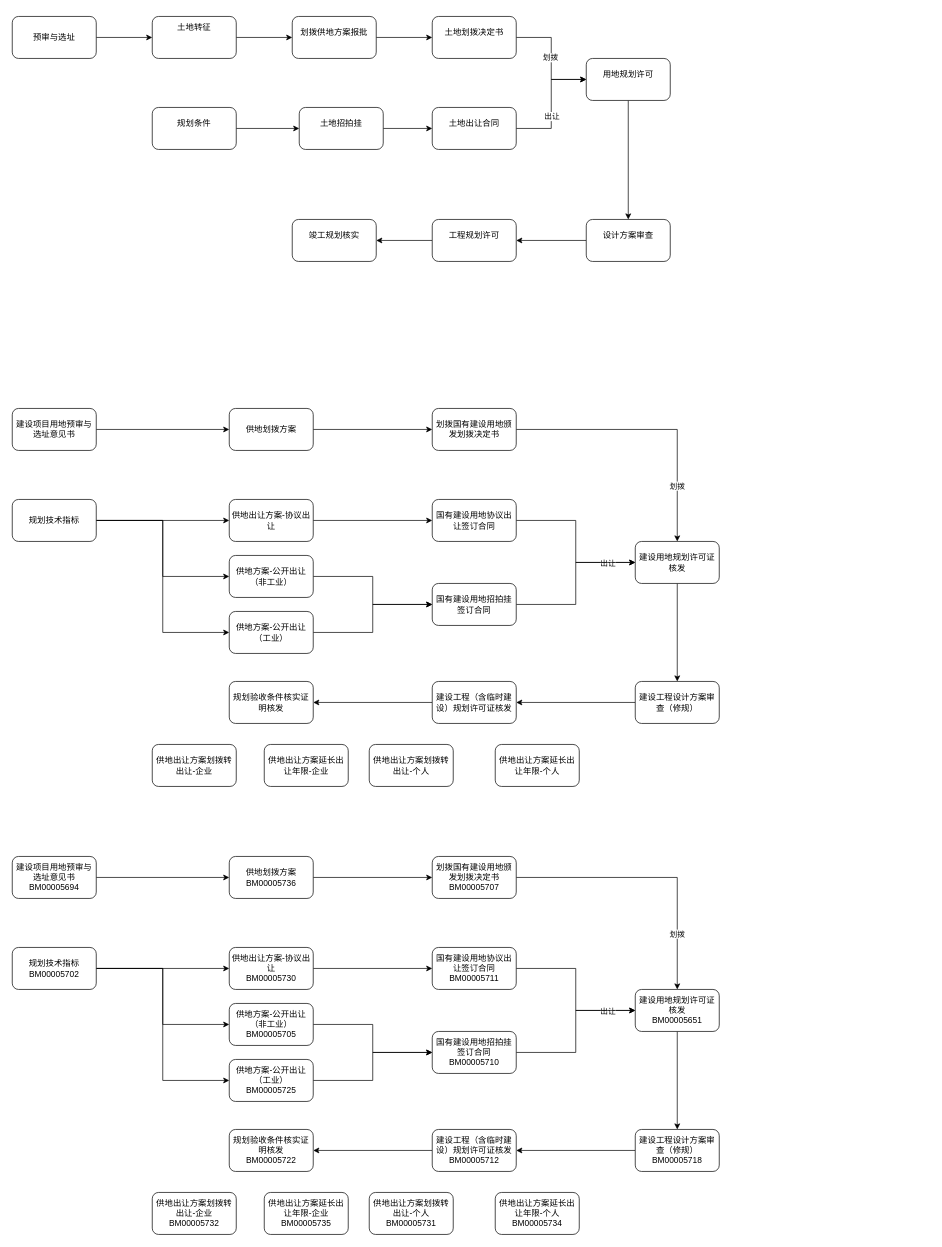
Before: 流程.drawio in bom-coder/drawio-store, a draw.io diagram. Source tidied: cells renumbered, new cells numbered last; positions are measured from the earlier drawing's top-left corner, leaving out a move shared by most shapes. Both pictures are drawn from the tidied source at 70%, with x=0, y=0 at pixel (12, 16).
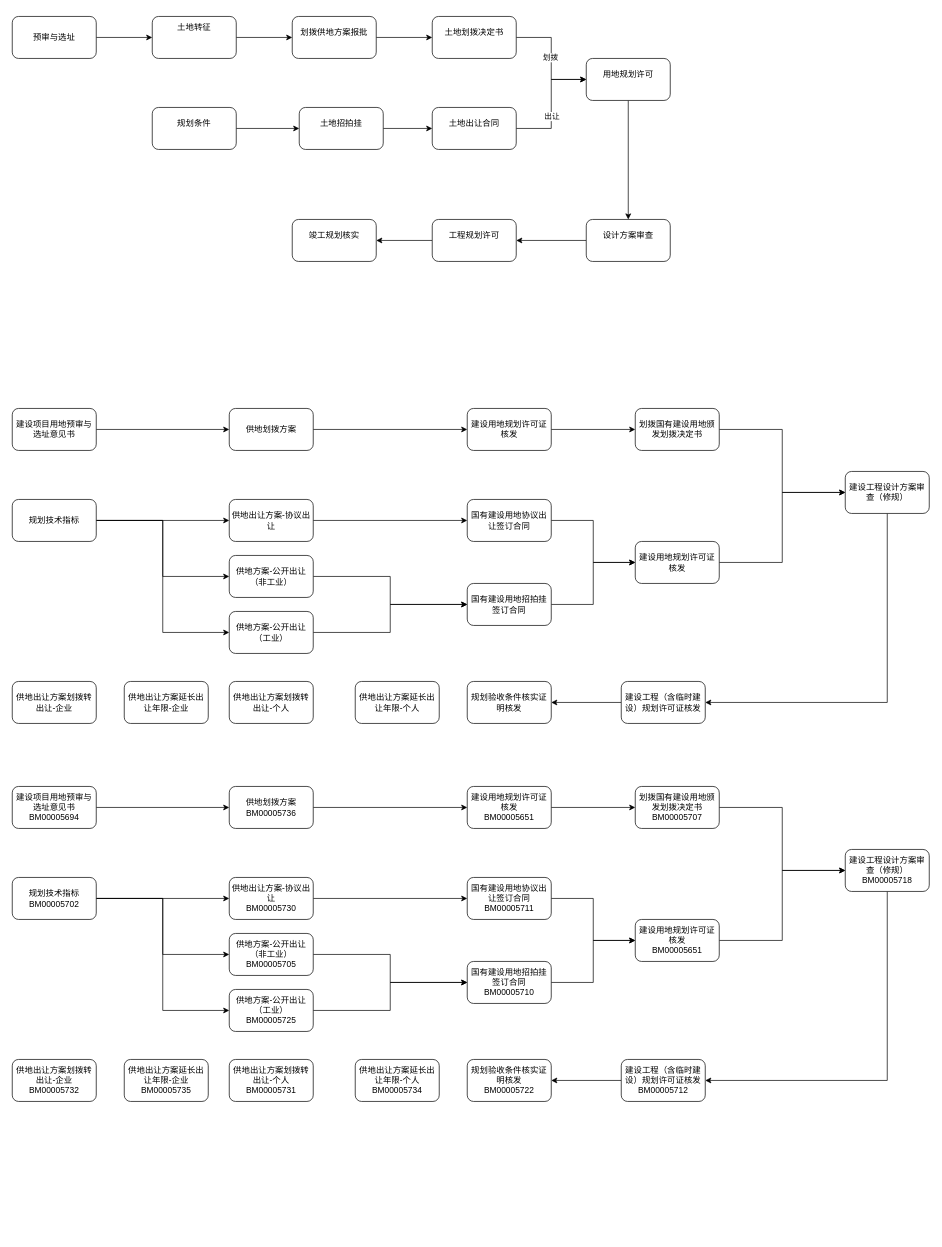
The same page after the edit.

Unchanged cells that the change refers to:
```xml
<mxCell id="34" style="edgeStyle=orthogonalEdgeStyle;rounded=0;jettySize=auto;html=1;entryX=0;entryY=0.5;entryDx=0;entryDy=0;" parent="1" edge="1" source="36" target="38">
  <mxGeometry relative="1" as="geometry" />
</mxCell>
<mxCell id="45" value="供地划拨方案" style="rounded=1;whiteSpace=wrap;html=1;" parent="1" vertex="1">
  <mxGeometry x="310" y="560" width="120" height="60" as="geometry" />
</mxCell>
<mxCell id="49" value="供地方案-公开出让（非工业）" style="rounded=1;whiteSpace=wrap;html=1;" parent="1" vertex="1">
  <mxGeometry x="310" y="770" width="120" height="60" as="geometry" />
</mxCell>
<mxCell id="53" value="供地方案-公开出让（工业）" style="rounded=1;whiteSpace=wrap;html=1;" parent="1" vertex="1">
  <mxGeometry x="310" y="850" width="120" height="60" as="geometry" />
</mxCell>
```

The edit, as a diff of the source:
```diff
@@
-    <mxCell id="27" style="edgeStyle=orthogonalEdgeStyle;rounded=0;jettySize=auto;html=1;" parent="1" edge="1" source="29" target="38">
-      <mxGeometry relative="1" as="geometry" />
-    </mxCell>
-    <mxCell id="28" value="划拨" style="edgeLabel;html=1;align=center;verticalAlign=middle;" parent="27" vertex="1">
-      <mxGeometry x="-0.03" y="-2" relative="1" as="geometry">
-        <mxPoint x="40" y="78" as="offset" />
-      </mxGeometry>
-    </mxCell>
-    <mxCell id="29" value="划拨国有建设用地颁发划拨决定书" style="rounded=1;whiteSpace=wrap;html=1;" parent="1" vertex="1">
-      <mxGeometry x="600" y="560" width="120" height="60" as="geometry" />
-    </mxCell>
@@
-    <mxCell id="35" value="出让" style="edgeLabel;html=1;align=center;verticalAlign=middle;" parent="34" vertex="1">
-      <mxGeometry x="-0.2" relative="1" as="geometry">
-        <mxPoint x="45" y="53" as="offset" />
-      </mxGeometry>
-    </mxCell>
     <mxCell id="36" value="国有建设用地协议出让签订合同" style="rounded=1;whiteSpace=wrap;html=1;" parent="1" vertex="1">
-      <mxGeometry x="600" y="690" width="120" height="60" as="geometry" />
+      <mxGeometry x="650" y="690" width="120" height="60" as="geometry" />
     </mxCell>
-    <mxCell id="37" style="edgeStyle=orthogonalEdgeStyle;rounded=0;jettySize=auto;html=1;" parent="1" edge="1" source="38" target="40">
-      <mxGeometry relative="1" as="geometry" />
-    </mxCell>
-    <mxCell id="38" value="建设用地规划许可证核发" style="rounded=1;whiteSpace=wrap;html=1;" parent="1" vertex="1">
-      <mxGeometry x="890" y="750" width="120" height="60" as="geometry" />
-    </mxCell>
-    <mxCell id="39" style="edgeStyle=orthogonalEdgeStyle;rounded=0;jettySize=auto;html=1;" parent="1" edge="1" source="40" target="42">
-      <mxGeometry relative="1" as="geometry" />
+    <mxCell id="39" style="edgeStyle=orthogonalEdgeStyle;rounded=0;jettySize=auto;html=1;entryX=1;entryY=0.5;entryDx=0;entryDy=0;" parent="1" edge="1" source="40" target="42">
+      <mxGeometry relative="1" as="geometry">
+        <Array as="points">
+          <mxPoint x="1250" y="980" />
+        </Array>
+      </mxGeometry>
     </mxCell>
     <mxCell id="40" value="建设工程设计方案审查（修规）" style="rounded=1;whiteSpace=wrap;html=1;" parent="1" vertex="1">
-      <mxGeometry x="890" y="950" width="120" height="60" as="geometry" />
+      <mxGeometry x="1190" y="650" width="120" height="60" as="geometry" />
     </mxCell>
@@
     <mxCell id="42" value="建设工程（含临时建设）规划许可证核发" style="rounded=1;whiteSpace=wrap;html=1;" parent="1" vertex="1">
-      <mxGeometry x="600" y="950" width="120" height="60" as="geometry" />
+      <mxGeometry x="870" y="950" width="120" height="60" as="geometry" />
     </mxCell>
     <mxCell id="43" value="规划验收条件核实证明核发" style="rounded=1;whiteSpace=wrap;html=1;" parent="1" vertex="1">
-      <mxGeometry x="310" y="950" width="120" height="60" as="geometry" />
+      <mxGeometry x="650" y="950" width="120" height="60" as="geometry" />
     </mxCell>
-    <mxCell id="44" style="edgeStyle=orthogonalEdgeStyle;rounded=0;jettySize=auto;html=1;entryX=0;entryY=0.5;entryDx=0;entryDy=0;" parent="1" edge="1" source="45" target="29">
+    <mxCell id="44" style="edgeStyle=orthogonalEdgeStyle;rounded=0;jettySize=auto;html=1;entryX=0;entryY=0.5;entryDx=0;entryDy=0;" parent="1" edge="1" source="45" target="92">
       <mxGeometry relative="1" as="geometry" />
     </mxCell>
@@
     <mxCell id="48" style="edgeStyle=orthogonalEdgeStyle;rounded=0;jettySize=auto;html=1;entryX=0;entryY=0.5;entryDx=0;entryDy=0;" parent="1" edge="1" source="49" target="51">
-      <mxGeometry relative="1" as="geometry" />
+      <mxGeometry relative="1" as="geometry">
+        <Array as="points">
+          <mxPoint x="540" y="800" />
+          <mxPoint x="540" y="840" />
+        </Array>
+      </mxGeometry>
     </mxCell>
@@
     <mxCell id="50" style="edgeStyle=orthogonalEdgeStyle;rounded=0;jettySize=auto;html=1;entryX=0;entryY=0.5;entryDx=0;entryDy=0;" parent="1" edge="1" source="51" target="38">
-      <mxGeometry relative="1" as="geometry">
-        <Array as="points">
-          <mxPoint x="805" y="840" />
-          <mxPoint x="805" y="780" />
-        </Array>
-      </mxGeometry>
+      <mxGeometry relative="1" as="geometry" />
     </mxCell>
     <mxCell id="51" value="国有建设用地招拍挂签订合同" style="rounded=1;whiteSpace=wrap;html=1;" parent="1" vertex="1">
-      <mxGeometry x="600" y="810" width="120" height="60" as="geometry" />
+      <mxGeometry x="650" y="810" width="120" height="60" as="geometry" />
     </mxCell>
     <mxCell id="52" style="edgeStyle=orthogonalEdgeStyle;rounded=0;jettySize=auto;html=1;entryX=0;entryY=0.5;entryDx=0;entryDy=0;" parent="1" edge="1" source="53" target="51">
-      <mxGeometry relative="1" as="geometry" />
+      <mxGeometry relative="1" as="geometry">
+        <Array as="points">
+          <mxPoint x="540" y="880" />
+          <mxPoint x="540" y="840" />
+        </Array>
+      </mxGeometry>
     </mxCell>
@@
     <mxCell id="54" value="供地出让方案划拨转出让-企业" style="rounded=1;whiteSpace=wrap;html=1;" parent="1" vertex="1">
-      <mxGeometry x="200" y="1040" width="120" height="60" as="geometry" />
+      <mxGeometry y="950" width="120" height="60" as="geometry" />
     </mxCell>
     <mxCell id="55" value="供地出让方案延长出让年限-企业" style="rounded=1;whiteSpace=wrap;html=1;" parent="1" vertex="1">
-      <mxGeometry x="360" y="1040" width="120" height="60" as="geometry" />
+      <mxGeometry x="160" y="950" width="120" height="60" as="geometry" />
     </mxCell>
     <mxCell id="56" value="供地出让方案划拨转出让-个人" style="rounded=1;whiteSpace=wrap;html=1;" parent="1" vertex="1">
-      <mxGeometry x="510" y="1040" width="120" height="60" as="geometry" />
+      <mxGeometry x="310" y="950" width="120" height="60" as="geometry" />
     </mxCell>
     <mxCell id="57" value="供地出让方案延长出让年限-个人" style="rounded=1;whiteSpace=wrap;html=1;" parent="1" vertex="1">
-      <mxGeometry x="690" y="1040" width="120" height="60" as="geometry" />
+      <mxGeometry x="490" y="950" width="120" height="60" as="geometry" />
     </mxCell>
+    <mxCell id="91" style="edgeStyle=orthogonalEdgeStyle;rounded=0;jettySize=auto;html=1;entryX=0;entryY=0.5;entryDx=0;entryDy=0;" parent="1" edge="1" source="92" target="29">
+      <mxGeometry relative="1" as="geometry" />
+    </mxCell>
+    <mxCell id="92" value="建设用地规划许可证核发" style="rounded=1;whiteSpace=wrap;html=1;" parent="1" vertex="1">
+      <mxGeometry x="650" y="560" width="120" height="60" as="geometry" />
+    </mxCell>
+    <mxCell id="37" style="edgeStyle=orthogonalEdgeStyle;rounded=0;jettySize=auto;html=1;entryX=0;entryY=0.5;entryDx=0;entryDy=0;" parent="1" edge="1" source="38" target="40">
+      <mxGeometry relative="1" as="geometry" />
+    </mxCell>
+    <mxCell id="38" value="建设用地规划许可证核发" style="rounded=1;whiteSpace=wrap;html=1;" parent="1" vertex="1">
+      <mxGeometry x="890" y="750" width="120" height="60" as="geometry" />
+    </mxCell>
+    <mxCell id="93" style="edgeStyle=orthogonalEdgeStyle;rounded=0;jettySize=auto;html=1;entryX=0;entryY=0.5;entryDx=0;entryDy=0;" parent="1" edge="1" source="29" target="40">
+      <mxGeometry relative="1" as="geometry" />
+    </mxCell>
+    <mxCell id="29" value="划拨国有建设用地颁发划拨决定书" style="rounded=1;whiteSpace=wrap;html=1;" parent="1" vertex="1">
+      <mxGeometry x="890" y="560" width="120" height="60" as="geometry" />
+    </mxCell>
@@
-    <mxCell id="59" value="建设项目用地预审与选址意见书&lt;br&gt;BM00005694" style="rounded=1;whiteSpace=wrap;html=1;" parent="1" vertex="1">
-      <mxGeometry y="1200" width="120" height="60" as="geometry" />
+    <mxCell id="59" value="建设项目用地预审与选址意见书&lt;br style=&quot;border-color: var(--border-color);&quot;&gt;BM00005694" style="rounded=1;whiteSpace=wrap;html=1;" parent="1" vertex="1">
+      <mxGeometry y="1100" width="120" height="60" as="geometry" />
     </mxCell>
-    <mxCell id="60" style="edgeStyle=orthogonalEdgeStyle;rounded=0;jettySize=auto;html=1;" parent="1" edge="1" source="62" target="71">
-      <mxGeometry relative="1" as="geometry" />
-    </mxCell>
-    <mxCell id="61" value="划拨" style="edgeLabel;html=1;align=center;verticalAlign=middle;" parent="60" vertex="1">
-      <mxGeometry x="-0.03" y="-2" relative="1" as="geometry">
-        <mxPoint x="40" y="78" as="offset" />
-      </mxGeometry>
-    </mxCell>
-    <mxCell id="62" value="划拨国有建设用地颁发划拨决定书&lt;br&gt;BM00005707" style="rounded=1;whiteSpace=wrap;html=1;" parent="1" vertex="1">
-      <mxGeometry x="600" y="1200" width="120" height="60" as="geometry" />
-    </mxCell>
@@
-    <mxCell id="66" value="规划技术指标&lt;br&gt;BM00005702" style="rounded=1;whiteSpace=wrap;html=1;" parent="1" vertex="1">
-      <mxGeometry y="1330" width="120" height="60" as="geometry" />
+    <mxCell id="66" value="规划技术指标&lt;br style=&quot;border-color: var(--border-color);&quot;&gt;BM00005702" style="rounded=1;whiteSpace=wrap;html=1;" parent="1" vertex="1">
+      <mxGeometry y="1230" width="120" height="60" as="geometry" />
     </mxCell>
-    <mxCell id="67" style="edgeStyle=orthogonalEdgeStyle;rounded=0;jettySize=auto;html=1;entryX=0;entryY=0.5;entryDx=0;entryDy=0;" parent="1" edge="1" source="69" target="71">
-      <mxGeometry relative="1" as="geometry" />
-    </mxCell>
-    <mxCell id="68" value="出让" style="edgeLabel;html=1;align=center;verticalAlign=middle;" parent="67" vertex="1">
-      <mxGeometry x="-0.2" relative="1" as="geometry">
-        <mxPoint x="45" y="53" as="offset" />
-      </mxGeometry>
-    </mxCell>
+    <mxCell id="94" style="edgeStyle=orthogonalEdgeStyle;rounded=0;jettySize=auto;html=1;entryX=0;entryY=0.5;entryDx=0;entryDy=0;" parent="1" edge="1" source="69" target="100">
+      <mxGeometry relative="1" as="geometry" />
+    </mxCell>
-    <mxCell id="69" value="国有建设用地协议出让签订合同&lt;br&gt;BM00005711" style="rounded=1;whiteSpace=wrap;html=1;" parent="1" vertex="1">
-      <mxGeometry x="600" y="1330" width="120" height="60" as="geometry" />
+    <mxCell id="69" value="国有建设用地协议出让签订合同&lt;br style=&quot;border-color: var(--border-color);&quot;&gt;BM00005711" style="rounded=1;whiteSpace=wrap;html=1;" parent="1" vertex="1">
+      <mxGeometry x="650" y="1230" width="120" height="60" as="geometry" />
     </mxCell>
-    <mxCell id="70" style="edgeStyle=orthogonalEdgeStyle;rounded=0;jettySize=auto;html=1;" parent="1" edge="1" source="71" target="73">
-      <mxGeometry relative="1" as="geometry" />
-    </mxCell>
-    <mxCell id="71" value="建设用地规划许可证核发&lt;br&gt;BM00005651" style="rounded=1;whiteSpace=wrap;html=1;" parent="1" vertex="1">
-      <mxGeometry x="890" y="1390" width="120" height="60" as="geometry" />
-    </mxCell>
-    <mxCell id="72" style="edgeStyle=orthogonalEdgeStyle;rounded=0;jettySize=auto;html=1;" parent="1" edge="1" source="73" target="75">
-      <mxGeometry relative="1" as="geometry" />
+    <mxCell id="72" style="edgeStyle=orthogonalEdgeStyle;rounded=0;jettySize=auto;html=1;entryX=1;entryY=0.5;entryDx=0;entryDy=0;" parent="1" edge="1" source="73" target="75">
+      <mxGeometry relative="1" as="geometry">
+        <Array as="points">
+          <mxPoint x="1250" y="1520" />
+        </Array>
+      </mxGeometry>
     </mxCell>
-    <mxCell id="73" value="建设工程设计方案审查（修规）&lt;br&gt;BM00005718" style="rounded=1;whiteSpace=wrap;html=1;" parent="1" vertex="1">
-      <mxGeometry x="890" y="1590" width="120" height="60" as="geometry" />
+    <mxCell id="73" value="建设工程设计方案审查（修规）&lt;br style=&quot;border-color: var(--border-color);&quot;&gt;BM00005718" style="rounded=1;whiteSpace=wrap;html=1;" parent="1" vertex="1">
+      <mxGeometry x="1190" y="1190" width="120" height="60" as="geometry" />
     </mxCell>
@@
-    <mxCell id="75" value="建设工程（含临时建设）规划许可证核发&lt;br&gt;BM00005712" style="rounded=1;whiteSpace=wrap;html=1;" parent="1" vertex="1">
-      <mxGeometry x="600" y="1590" width="120" height="60" as="geometry" />
+    <mxCell id="75" value="建设工程（含临时建设）规划许可证核发&lt;br style=&quot;border-color: var(--border-color);&quot;&gt;BM00005712" style="rounded=1;whiteSpace=wrap;html=1;" parent="1" vertex="1">
+      <mxGeometry x="870" y="1490" width="120" height="60" as="geometry" />
     </mxCell>
-    <mxCell id="76" value="规划验收条件核实证明核发&lt;br&gt;BM00005722" style="rounded=1;whiteSpace=wrap;html=1;" parent="1" vertex="1">
-      <mxGeometry x="310" y="1590" width="120" height="60" as="geometry" />
+    <mxCell id="76" value="规划验收条件核实证明核发&lt;br style=&quot;border-color: var(--border-color);&quot;&gt;BM00005722" style="rounded=1;whiteSpace=wrap;html=1;" parent="1" vertex="1">
+      <mxGeometry x="650" y="1490" width="120" height="60" as="geometry" />
     </mxCell>
-    <mxCell id="77" style="edgeStyle=orthogonalEdgeStyle;rounded=0;jettySize=auto;html=1;entryX=0;entryY=0.5;entryDx=0;entryDy=0;" parent="1" edge="1" source="78" target="62">
-      <mxGeometry relative="1" as="geometry" />
-    </mxCell>
+    <mxCell id="95" style="edgeStyle=orthogonalEdgeStyle;rounded=0;jettySize=auto;html=1;entryX=0;entryY=0.5;entryDx=0;entryDy=0;" parent="1" edge="1" source="78" target="98">
+      <mxGeometry relative="1" as="geometry" />
+    </mxCell>
-    <mxCell id="78" value="供地划拨方案&lt;br&gt;BM00005736" style="rounded=1;whiteSpace=wrap;html=1;" parent="1" vertex="1">
-      <mxGeometry x="310" y="1200" width="120" height="60" as="geometry" />
+    <mxCell id="78" value="供地划拨方案&lt;br style=&quot;border-color: var(--border-color);&quot;&gt;BM00005736" style="rounded=1;whiteSpace=wrap;html=1;" parent="1" vertex="1">
+      <mxGeometry x="310" y="1100" width="120" height="60" as="geometry" />
     </mxCell>
@@
-    <mxCell id="80" value="供地出让方案-协议出让&lt;br&gt;BM00005730" style="rounded=1;whiteSpace=wrap;html=1;" parent="1" vertex="1">
-      <mxGeometry x="310" y="1330" width="120" height="60" as="geometry" />
+    <mxCell id="80" value="供地出让方案-协议出让&lt;br style=&quot;border-color: var(--border-color);&quot;&gt;BM00005730" style="rounded=1;whiteSpace=wrap;html=1;" parent="1" vertex="1">
+      <mxGeometry x="310" y="1230" width="120" height="60" as="geometry" />
     </mxCell>
     <mxCell id="81" style="edgeStyle=orthogonalEdgeStyle;rounded=0;jettySize=auto;html=1;entryX=0;entryY=0.5;entryDx=0;entryDy=0;" parent="1" edge="1" source="82" target="84">
-      <mxGeometry relative="1" as="geometry" />
+      <mxGeometry relative="1" as="geometry">
+        <Array as="points">
+          <mxPoint x="540" y="1340" />
+          <mxPoint x="540" y="1380" />
+        </Array>
+      </mxGeometry>
     </mxCell>
-    <mxCell id="82" value="供地方案-公开出让（非工业）&lt;br&gt;BM00005705" style="rounded=1;whiteSpace=wrap;html=1;" parent="1" vertex="1">
-      <mxGeometry x="310" y="1410" width="120" height="60" as="geometry" />
+    <mxCell id="82" value="供地方案-公开出让（非工业）&lt;br style=&quot;border-color: var(--border-color);&quot;&gt;BM00005705" style="rounded=1;whiteSpace=wrap;html=1;" parent="1" vertex="1">
+      <mxGeometry x="310" y="1310" width="120" height="60" as="geometry" />
     </mxCell>
-    <mxCell id="83" style="edgeStyle=orthogonalEdgeStyle;rounded=0;jettySize=auto;html=1;entryX=0;entryY=0.5;entryDx=0;entryDy=0;" parent="1" edge="1" source="84" target="71">
-      <mxGeometry relative="1" as="geometry">
-        <Array as="points">
-          <mxPoint x="805" y="1480" />
-          <mxPoint x="805" y="1420" />
-        </Array>
-      </mxGeometry>
-    </mxCell>
+    <mxCell id="96" style="edgeStyle=orthogonalEdgeStyle;rounded=0;jettySize=auto;html=1;entryX=0;entryY=0.5;entryDx=0;entryDy=0;" parent="1" edge="1" source="84" target="100">
+      <mxGeometry relative="1" as="geometry" />
+    </mxCell>
-    <mxCell id="84" value="国有建设用地招拍挂签订合同&lt;br&gt;BM00005710" style="rounded=1;whiteSpace=wrap;html=1;" parent="1" vertex="1">
-      <mxGeometry x="600" y="1450" width="120" height="60" as="geometry" />
+    <mxCell id="84" value="国有建设用地招拍挂签订合同&lt;br style=&quot;border-color: var(--border-color);&quot;&gt;BM00005710" style="rounded=1;whiteSpace=wrap;html=1;" parent="1" vertex="1">
+      <mxGeometry x="650" y="1350" width="120" height="60" as="geometry" />
     </mxCell>
     <mxCell id="85" style="edgeStyle=orthogonalEdgeStyle;rounded=0;jettySize=auto;html=1;entryX=0;entryY=0.5;entryDx=0;entryDy=0;" parent="1" edge="1" source="86" target="84">
-      <mxGeometry relative="1" as="geometry" />
+      <mxGeometry relative="1" as="geometry">
+        <Array as="points">
+          <mxPoint x="540" y="1420" />
+          <mxPoint x="540" y="1380" />
+        </Array>
+      </mxGeometry>
     </mxCell>
-    <mxCell id="86" value="供地方案-公开出让（工业）&lt;br&gt;BM00005725" style="rounded=1;whiteSpace=wrap;html=1;" parent="1" vertex="1">
-      <mxGeometry x="310" y="1490" width="120" height="60" as="geometry" />
+    <mxCell id="86" value="供地方案-公开出让（工业）&lt;br style=&quot;border-color: var(--border-color);&quot;&gt;BM00005725" style="rounded=1;whiteSpace=wrap;html=1;" parent="1" vertex="1">
+      <mxGeometry x="310" y="1390" width="120" height="60" as="geometry" />
     </mxCell>
-    <mxCell id="87" value="供地出让方案划拨转出让-企业&lt;br&gt;BM00005732" style="rounded=1;whiteSpace=wrap;html=1;" parent="1" vertex="1">
-      <mxGeometry x="200" y="1680" width="120" height="60" as="geometry" />
+    <mxCell id="87" value="供地出让方案划拨转出让-企业&lt;br style=&quot;border-color: var(--border-color);&quot;&gt;BM00005732" style="rounded=1;whiteSpace=wrap;html=1;" parent="1" vertex="1">
+      <mxGeometry y="1490" width="120" height="60" as="geometry" />
     </mxCell>
-    <mxCell id="88" value="供地出让方案延长出让年限-企业&lt;br&gt;BM00005735" style="rounded=1;whiteSpace=wrap;html=1;" parent="1" vertex="1">
-      <mxGeometry x="360" y="1680" width="120" height="60" as="geometry" />
+    <mxCell id="88" value="供地出让方案延长出让年限-企业&lt;br style=&quot;border-color: var(--border-color);&quot;&gt;BM00005735" style="rounded=1;whiteSpace=wrap;html=1;" parent="1" vertex="1">
+      <mxGeometry x="160" y="1490" width="120" height="60" as="geometry" />
     </mxCell>
-    <mxCell id="89" value="供地出让方案划拨转出让-个人&lt;br&gt;BM00005731" style="rounded=1;whiteSpace=wrap;html=1;" parent="1" vertex="1">
-      <mxGeometry x="510" y="1680" width="120" height="60" as="geometry" />
+    <mxCell id="89" value="供地出让方案划拨转出让-个人&lt;br style=&quot;border-color: var(--border-color);&quot;&gt;BM00005731" style="rounded=1;whiteSpace=wrap;html=1;" parent="1" vertex="1">
+      <mxGeometry x="310" y="1490" width="120" height="60" as="geometry" />
     </mxCell>
-    <mxCell id="90" value="供地出让方案延长出让年限-个人&lt;br&gt;BM00005734" style="rounded=1;whiteSpace=wrap;html=1;" parent="1" vertex="1">
-      <mxGeometry x="690" y="1680" width="120" height="60" as="geometry" />
+    <mxCell id="90" value="供地出让方案延长出让年限-个人&lt;br style=&quot;border-color: var(--border-color);&quot;&gt;BM00005734" style="rounded=1;whiteSpace=wrap;html=1;" parent="1" vertex="1">
+      <mxGeometry x="490" y="1490" width="120" height="60" as="geometry" />
     </mxCell>
+    <mxCell id="97" style="edgeStyle=orthogonalEdgeStyle;rounded=0;jettySize=auto;html=1;entryX=0;entryY=0.5;entryDx=0;entryDy=0;" parent="1" edge="1" source="98" target="62">
+      <mxGeometry relative="1" as="geometry" />
+    </mxCell>
+    <mxCell id="98" value="建设用地规划许可证核发&lt;br style=&quot;border-color: var(--border-color);&quot;&gt;BM00005651" style="rounded=1;whiteSpace=wrap;html=1;" parent="1" vertex="1">
+      <mxGeometry x="650" y="1100" width="120" height="60" as="geometry" />
+    </mxCell>
+    <mxCell id="99" style="edgeStyle=orthogonalEdgeStyle;rounded=0;jettySize=auto;html=1;entryX=0;entryY=0.5;entryDx=0;entryDy=0;" parent="1" edge="1" source="100" target="73">
+      <mxGeometry relative="1" as="geometry" />
+    </mxCell>
+    <mxCell id="100" value="建设用地规划许可证核发&lt;br style=&quot;border-color: var(--border-color);&quot;&gt;BM00005651" style="rounded=1;whiteSpace=wrap;html=1;" parent="1" vertex="1">
+      <mxGeometry x="890" y="1290" width="120" height="60" as="geometry" />
+    </mxCell>
+    <mxCell id="101" style="edgeStyle=orthogonalEdgeStyle;rounded=0;jettySize=auto;html=1;entryX=0;entryY=0.5;entryDx=0;entryDy=0;" parent="1" edge="1" source="62" target="73">
+      <mxGeometry relative="1" as="geometry" />
+    </mxCell>
+    <mxCell id="62" value="划拨国有建设用地颁发划拨决定书&lt;br style=&quot;border-color: var(--border-color);&quot;&gt;BM00005707" style="rounded=1;whiteSpace=wrap;html=1;" parent="1" vertex="1">
+      <mxGeometry x="890" y="1100" width="120" height="60" as="geometry" />
+    </mxCell>
```
